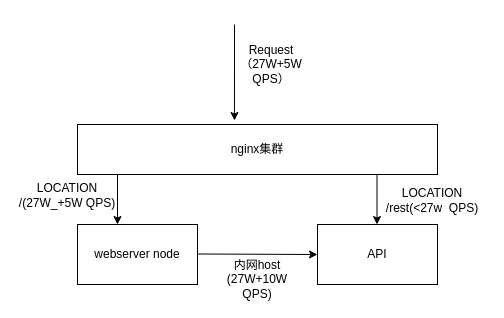
The draw.io diagram Untitled Diagram.drawio in ShangXinbo/myItem, before the edit. Source tidied: cells renumbered, new cells numbered last; positions are measured from the earlier drawing's top-left corner, leaving out a move shared by most shapes. Both pictures are drawn from the tidied source at 100%, with x=0, y=0 at pixel (17, 24).
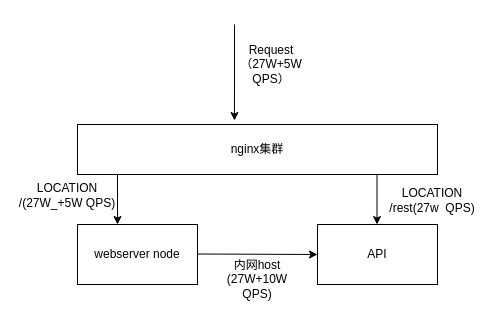
The same diagram, later.

What changed in the source:
```diff
@@
 <mxGraphModel>
   <root>
     <mxCell id="0" />
     <mxCell id="1" parent="0" />
     <mxCell id="2" value="nginx集群" style="rounded=0;whiteSpace=wrap;html=1;" parent="1" vertex="1">
       <mxGeometry x="60" y="100" width="360" height="50" as="geometry" />
     </mxCell>
     <mxCell id="3" style="endArrow=classic;html=1;" parent="1" edge="1">
       <mxGeometry relative="1" as="geometry">
         <mxPoint x="100" y="150" as="sourcePoint" />
         <mxPoint x="100" y="200" as="targetPoint" />
       </mxGeometry>
     </mxCell>
     <mxCell id="4" value="webserver node" style="rounded=0;whiteSpace=wrap;html=1;" parent="1" vertex="1">
       <mxGeometry x="60" y="200" width="120" height="60" as="geometry" />
     </mxCell>
     <mxCell id="5" style="endArrow=classic;html=1;entryX=0.436;entryY=-0.08;entryDx=0;entryDy=0;entryPerimeter=0;" parent="1" edge="1" target="2">
       <mxGeometry relative="1" as="geometry">
         <mxPoint x="217" as="sourcePoint" />
       </mxGeometry>
     </mxCell>
     <mxCell id="6" value="Request（27W+5W QPS）" style="text;html=1;strokeColor=none;fillColor=none;align=center;verticalAlign=middle;whiteSpace=wrap;rounded=0;" parent="1" vertex="1">
       <mxGeometry x="234" y="30" width="40" height="20" as="geometry" />
     </mxCell>
     <mxCell id="7" value="API" style="rounded=0;whiteSpace=wrap;html=1;" parent="1" vertex="1">
       <mxGeometry x="300" y="200" width="120" height="60" as="geometry" />
     </mxCell>
     <mxCell id="8" style="endArrow=classic;html=1;" parent="1" edge="1">
       <mxGeometry relative="1" as="geometry">
         <mxPoint x="359.5" y="150" as="sourcePoint" />
         <mxPoint x="359.5" y="200" as="targetPoint" />
       </mxGeometry>
     </mxCell>
     <mxCell id="9" style="endArrow=classic;html=1;" parent="1" edge="1">
       <mxGeometry relative="1" as="geometry">
         <mxPoint x="180" y="229.5" as="sourcePoint" />
         <mxPoint x="300" y="230" as="targetPoint" />
       </mxGeometry>
     </mxCell>
     <mxCell id="10" value="LOCATION /(27W_+5W QPS)" style="text;html=1;strokeColor=none;fillColor=none;align=center;verticalAlign=middle;whiteSpace=wrap;rounded=0;" parent="1" vertex="1">
       <mxGeometry y="161" width="100" height="20" as="geometry" />
     </mxCell>
-    <mxCell id="11" value="LOCATION /rest(&amp;lt;27w&amp;nbsp; QPS)" style="text;html=1;strokeColor=none;fillColor=none;align=center;verticalAlign=middle;whiteSpace=wrap;rounded=0;" parent="1" vertex="1">
+    <mxCell id="11" value="LOCATION /rest(27w&amp;nbsp; QPS)" style="text;html=1;strokeColor=none;fillColor=none;align=center;verticalAlign=middle;whiteSpace=wrap;rounded=0;" parent="1" vertex="1">
       <mxGeometry x="360" y="170" width="110" height="11" as="geometry" />
     </mxCell>
     <mxCell id="12" value="内网host&lt;br&gt;(27W+10W QPS)" style="text;html=1;strokeColor=none;fillColor=none;align=center;verticalAlign=middle;whiteSpace=wrap;rounded=0;" parent="1" vertex="1">
       <mxGeometry x="205" y="250" width="70" height="10" as="geometry" />
     </mxCell>
   </root>
 </mxGraphModel>
```
